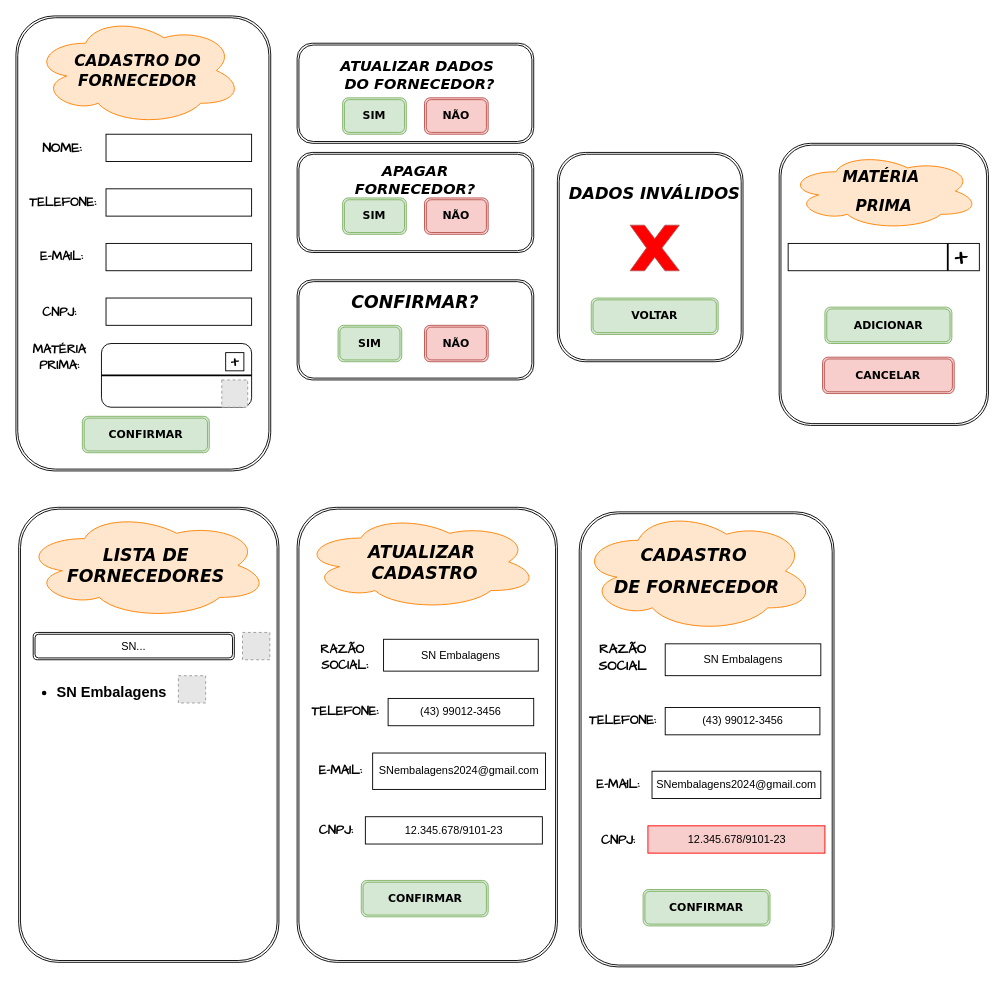
Earlier version of the draw.io diagram page "Página-2" (2 of 4) of doc/interfaces.drawio (sarahnandynne/fluxograma.sarah). Source tidied: cells renumbered, new cells numbered last; positions are measured from the earlier drawing's top-left corner, leaving out a move shared by most shapes. Both pictures are drawn from the tidied source at 91%, with x=0, y=0 at pixel (15, 15). Pictures stored in the file or linked from it are replaced by grey dashed boxes.
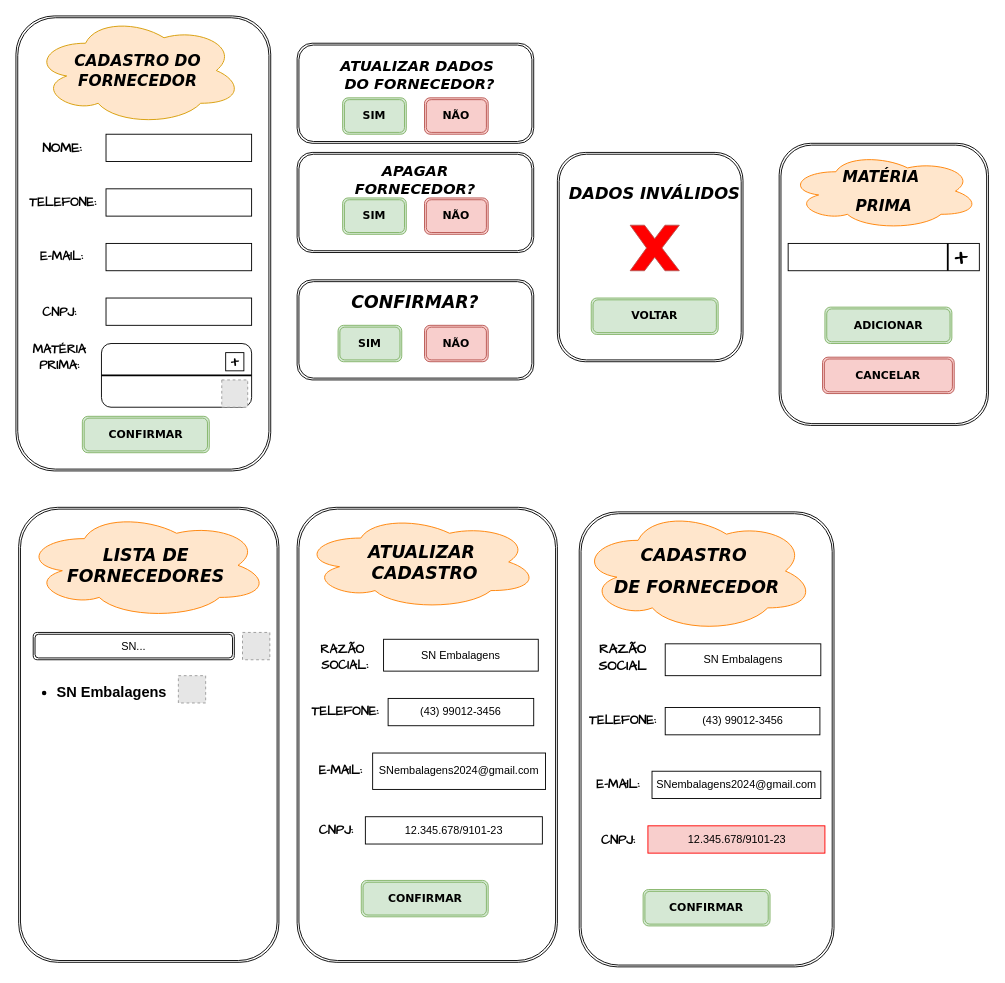
The same diagram, later.

The edit, as a diff of the source:
```diff
@@
-    <mxCell id="9" value="&lt;h1 style=&quot;font-size: 17px;&quot;&gt;CADASTRO DO FORNECEDOR&lt;/h1&gt;" style="ellipse;shape=cloud;whiteSpace=wrap;html=1;fontStyle=2;fontSize=17;fontFamily=Verdana;fillColor=#FFE6CC;strokeColor=#FF8000;" parent="1" vertex="1">
+    <mxCell id="9" value="&lt;h1 style=&quot;font-size: 17px;&quot;&gt;CADASTRO DO FORNECEDOR&lt;/h1&gt;" style="ellipse;shape=cloud;whiteSpace=wrap;html=1;fontStyle=2;fontSize=17;fontFamily=Verdana;fillColor=#ffe6cc;strokeColor=#d79b00;" parent="1" vertex="1">
       <mxGeometry x="19" width="230" height="120" as="geometry" />
     </mxCell>
```
